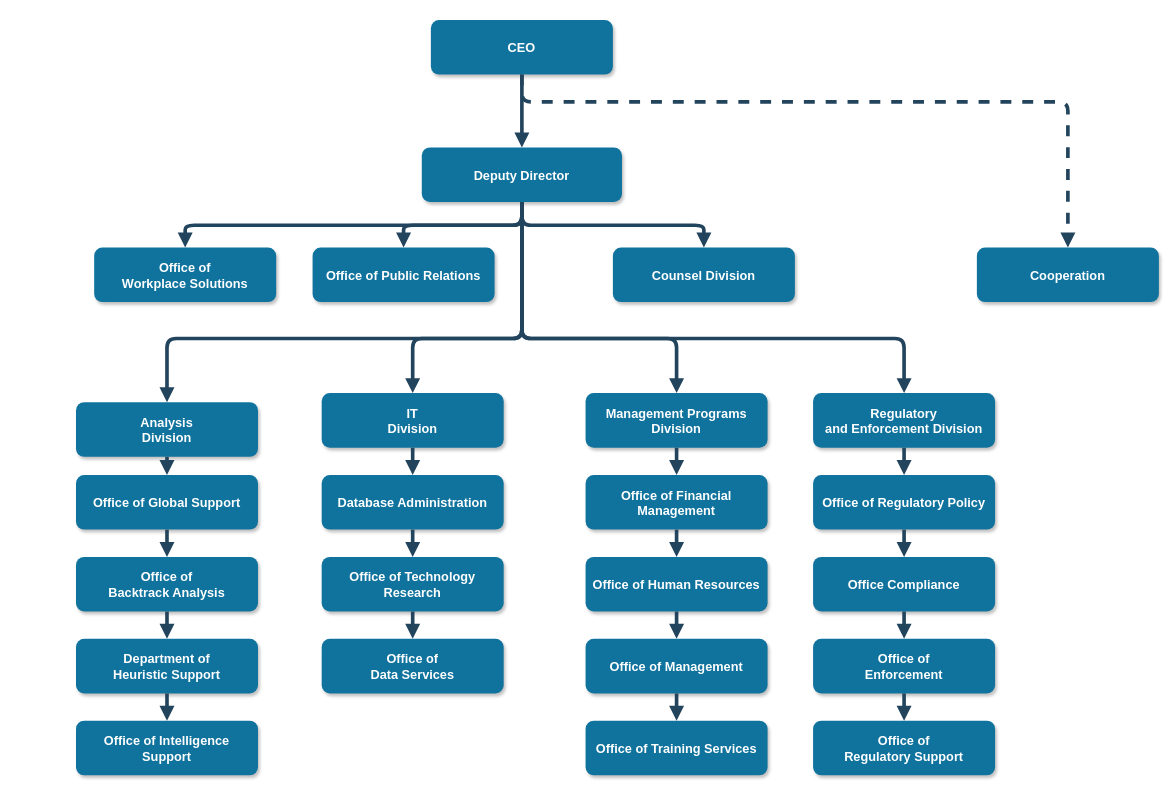
The draw.io diagram Untitled Diagram.drawio in Ezkaitor/Perception-3D-Reconstruction, before the edit. Source tidied: cells renumbered, new cells numbered last; positions are measured from the earlier drawing's top-left corner, leaving out a move shared by most shapes. Both pictures are drawn from the tidied source at 91%, with x=0, y=0 at pixel (76, 20).
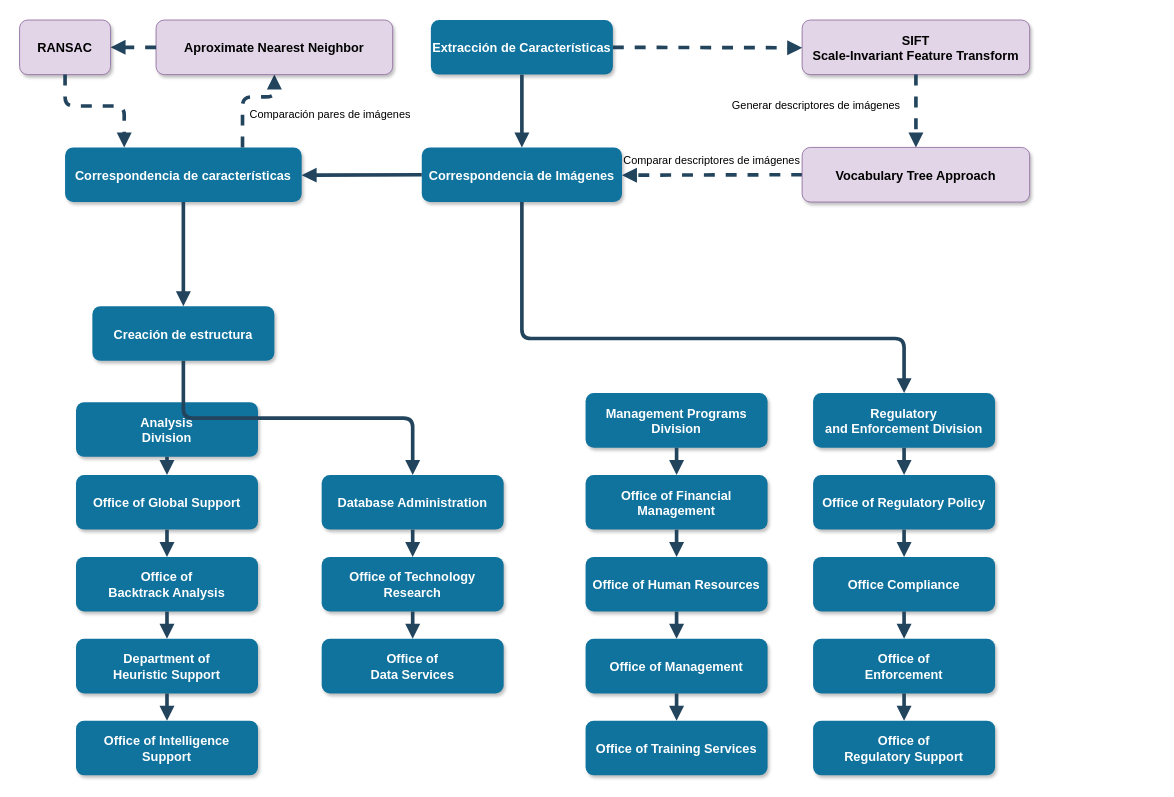
The same diagram, later.

The change refers to these unchanged cells:
```xml
<mxCell id="8" value="Analysis &#10;Division" style="rounded=1;fillColor=#10739E;strokeColor=none;shadow=1;gradientColor=none;fontStyle=1;fontColor=#FFFFFF;fontSize=14;" parent="1" vertex="1">
  <mxGeometry y="419.5" width="200" height="60" as="geometry" />
</mxCell>
<mxCell id="17" value="Management Programs &#10;Division" style="rounded=1;fillColor=#10739E;strokeColor=none;shadow=1;gradientColor=none;fontStyle=1;fontColor=#FFFFFF;fontSize=14;" parent="1" vertex="1">
  <mxGeometry x="560" y="409.5" width="200" height="60" as="geometry" />
</mxCell>
```

Diff of the diagram source:
```diff
@@
-    <mxCell id="2" value="CEO" style="rounded=1;fillColor=#10739E;strokeColor=none;shadow=1;gradientColor=none;fontStyle=1;fontColor=#FFFFFF;fontSize=14;" parent="1" vertex="1">
+    <mxCell id="2" value="Extracción de Características" style="rounded=1;fillColor=#10739E;strokeColor=none;shadow=1;gradientColor=none;fontStyle=1;fontColor=#FFFFFF;fontSize=14;" parent="1" vertex="1">
       <mxGeometry x="390" y="-0.5" width="200" height="60" as="geometry" />
     </mxCell>
-    <mxCell id="3" value="Deputy Director" style="rounded=1;fillColor=#10739E;strokeColor=none;shadow=1;gradientColor=none;fontStyle=1;fontColor=#FFFFFF;fontSize=14;" parent="1" vertex="1">
+    <mxCell id="3" value="Correspondencia de Imágenes" style="rounded=1;fillColor=#10739E;strokeColor=none;shadow=1;gradientColor=none;fontStyle=1;fontColor=#FFFFFF;fontSize=14;" parent="1" vertex="1">
       <mxGeometry x="380" y="139.5" width="220" height="60" as="geometry" />
     </mxCell>
-    <mxCell id="4" value="Office of &#10;Workplace Solutions" style="rounded=1;fillColor=#10739E;strokeColor=none;shadow=1;gradientColor=none;fontStyle=1;fontColor=#FFFFFF;fontSize=14;" parent="1" vertex="1">
-      <mxGeometry x="20" y="249.5" width="200" height="60" as="geometry" />
-    </mxCell>
-    <mxCell id="5" value="Office of Public Relations" style="rounded=1;fillColor=#10739E;strokeColor=none;shadow=1;gradientColor=none;fontStyle=1;fontColor=#FFFFFF;fontSize=14;" parent="1" vertex="1">
-      <mxGeometry x="260" y="249.5" width="200" height="60" as="geometry" />
-    </mxCell>
-    <mxCell id="6" value="Counsel Division" style="rounded=1;fillColor=#10739E;strokeColor=none;shadow=1;gradientColor=none;fontStyle=1;fontColor=#FFFFFF;fontSize=14;" parent="1" vertex="1">
-      <mxGeometry x="590" y="249.5" width="200" height="60" as="geometry" />
+    <mxCell id="6" value="Correspondencia de características" style="rounded=1;fillColor=#10739E;strokeColor=none;shadow=1;gradientColor=none;fontStyle=1;fontColor=#FFFFFF;fontSize=14;" parent="1" vertex="1">
+      <mxGeometry x="-12" y="139.5" width="260" height="60" as="geometry" />
     </mxCell>
-    <mxCell id="7" value="Cooperation" style="rounded=1;fillColor=#10739E;strokeColor=none;shadow=1;gradientColor=none;fontStyle=1;fontColor=#FFFFFF;fontSize=14;" parent="1" vertex="1">
-      <mxGeometry x="990" y="249.5" width="200" height="60" as="geometry" />
+    <mxCell id="7" value="SIFT&#10;Scale-Invariant Feature Transform" style="rounded=1;fillColor=#e1d5e7;strokeColor=#9673a6;shadow=1;fontStyle=1;fontSize=14;" parent="1" vertex="1">
+      <mxGeometry x="798" y="-0.5" width="250" height="60" as="geometry" />
     </mxCell>
@@
-    <mxCell id="13" value="IT&#10;Division" style="rounded=1;fillColor=#10739E;strokeColor=none;shadow=1;gradientColor=none;fontStyle=1;fontColor=#FFFFFF;fontSize=14;" parent="1" vertex="1">
-      <mxGeometry x="270" y="409.5" width="200" height="60" as="geometry" />
+    <mxCell id="13" value="Creación de estructura" style="rounded=1;fillColor=#10739E;strokeColor=none;shadow=1;gradientColor=none;fontStyle=1;fontColor=#FFFFFF;fontSize=14;" parent="1" vertex="1">
+      <mxGeometry x="18" y="314" width="200" height="60" as="geometry" />
     </mxCell>
@@
-    <mxCell id="28" style="edgeStyle=elbowEdgeStyle;elbow=vertical;strokeWidth=4;endArrow=block;endFill=1;fontStyle=1;strokeColor=#23445D;" parent="1" edge="1" source="3" target="5">
-      <mxGeometry x="22" y="165.5" as="geometry" />
-    </mxCell>
-    <mxCell id="29" style="edgeStyle=elbowEdgeStyle;elbow=vertical;strokeWidth=4;endArrow=block;endFill=1;fontStyle=1;strokeColor=#23445D;" parent="1" edge="1" source="3" target="4">
-      <mxGeometry x="22" y="165.5" as="geometry" />
-    </mxCell>
-    <mxCell id="30" style="edgeStyle=elbowEdgeStyle;elbow=vertical;strokeWidth=4;endArrow=block;endFill=1;fontStyle=1;strokeColor=#23445D;" parent="1" edge="1" source="3" target="6">
+    <mxCell id="30" style="edgeStyle=elbowEdgeStyle;elbow=vertical;strokeWidth=4;endArrow=block;endFill=1;fontStyle=1;strokeColor=#23445D;exitX=0;exitY=0.5;exitDx=0;exitDy=0;" parent="1" edge="1" source="3" target="6">
       <mxGeometry x="22" y="165.5" as="geometry" />
     </mxCell>
-    <mxCell id="31" style="edgeStyle=elbowEdgeStyle;elbow=vertical;strokeWidth=4;endArrow=block;endFill=1;fontStyle=1;dashed=1;strokeColor=#23445D;" parent="1" edge="1" source="2" target="7">
+    <mxCell id="31" style="edgeStyle=elbowEdgeStyle;elbow=vertical;strokeWidth=4;endArrow=block;endFill=1;fontStyle=1;dashed=1;strokeColor=#23445D;exitX=1;exitY=0.5;exitDx=0;exitDy=0;entryX=0;entryY=0.5;entryDx=0;entryDy=0;" parent="1" edge="1" source="2" target="7">
       <mxGeometry x="22" y="165.5" as="geometry">
         <Array as="points">
-          <mxPoint x="780" y="89.5" />
+          <mxPoint x="688" y="30" />
         </Array>
       </mxGeometry>
     </mxCell>
-    <mxCell id="32" style="edgeStyle=elbowEdgeStyle;elbow=vertical;strokeWidth=4;endArrow=block;endFill=1;fontStyle=1;strokeColor=#23445D;" parent="1" edge="1" source="3" target="8">
-      <mxGeometry x="22" y="165.5" as="geometry">
-        <Array as="points">
-          <mxPoint x="270" y="349.5" />
-        </Array>
-      </mxGeometry>
-    </mxCell>
@@
-    <mxCell id="49" style="edgeStyle=elbowEdgeStyle;elbow=vertical;strokeWidth=4;endArrow=block;endFill=1;fontStyle=1;strokeColor=#23445D;" parent="1" edge="1" source="3" target="13">
+    <mxCell id="49" style="edgeStyle=elbowEdgeStyle;elbow=vertical;strokeWidth=4;endArrow=block;endFill=1;fontStyle=1;strokeColor=#23445D;exitX=0.5;exitY=1;exitDx=0;exitDy=0;entryX=0.5;entryY=0;entryDx=0;entryDy=0;" parent="1" edge="1" source="6" target="13">
       <mxGeometry x="22" y="165.5" as="geometry">
         <Array as="points">
+          <mxPoint x="100" y="274" />
           <mxPoint x="370" y="349.5" />
         </Array>
       </mxGeometry>
     </mxCell>
-    <mxCell id="50" style="edgeStyle=elbowEdgeStyle;elbow=vertical;strokeWidth=4;endArrow=block;endFill=1;fontStyle=1;strokeColor=#23445D;" parent="1" edge="1" source="3" target="17">
-      <mxGeometry x="22" y="165.5" as="geometry">
-        <Array as="points">
-          <mxPoint x="660" y="349.5" />
-        </Array>
-      </mxGeometry>
-    </mxCell>
+    <mxCell id="51" style="edgeStyle=elbowEdgeStyle;elbow=vertical;strokeWidth=4;endArrow=block;endFill=1;fontStyle=1;dashed=1;strokeColor=#23445D;exitX=0.5;exitY=1;exitDx=0;exitDy=0;entryX=0.5;entryY=0;entryDx=0;entryDy=0;" parent="1" edge="1" source="7" target="53">
+      <mxGeometry x="32" y="175.5" as="geometry" />
+    </mxCell>
+    <mxCell id="52" style="edgeStyle=elbowEdgeStyle;elbow=vertical;strokeWidth=4;endArrow=block;endFill=1;fontStyle=0;dashed=1;strokeColor=#23445D;exitX=0;exitY=0.5;exitDx=0;exitDy=0;entryX=1;entryY=0.5;entryDx=0;entryDy=0;" parent="1" edge="1" source="53" target="3">
+      <mxGeometry x="52" y="195.5" as="geometry" />
+    </mxCell>
+    <mxCell id="53" value="Vocabulary Tree Approach" style="rounded=1;fillColor=#e1d5e7;strokeColor=#9673a6;shadow=1;fontStyle=1;fontSize=14;" parent="1" vertex="1">
+      <mxGeometry x="798" y="139.5" width="250" height="60" as="geometry" />
+    </mxCell>
+    <mxCell id="54" value="Generar descriptores de imágenes" style="text;html=1;strokeColor=none;fillColor=none;align=right;verticalAlign=middle;whiteSpace=wrap;rounded=0;" parent="1" vertex="1">
+      <mxGeometry x="718" y="84" width="190" height="20" as="geometry" />
+    </mxCell>
+    <mxCell id="55" value="Comparar descriptores de imágenes" style="text;html=1;strokeColor=none;fillColor=none;align=right;verticalAlign=middle;whiteSpace=wrap;rounded=0;" parent="1" vertex="1">
+      <mxGeometry x="598" y="144" width="200" height="20" as="geometry" />
+    </mxCell>
+    <mxCell id="56" style="edgeStyle=elbowEdgeStyle;elbow=vertical;strokeWidth=4;endArrow=block;endFill=1;fontStyle=0;dashed=1;strokeColor=#23445D;exitX=0.75;exitY=0;exitDx=0;exitDy=0;entryX=0.5;entryY=1;entryDx=0;entryDy=0;" parent="1" edge="1" source="6" target="58">
+      <mxGeometry x="-620" y="110" as="geometry">
+        <Array as="points">
+          <mxPoint x="198" y="84" />
+        </Array>
+      </mxGeometry>
+    </mxCell>
+    <mxCell id="57" value="Comparación pares de imágenes" style="text;html=1;strokeColor=none;fillColor=none;align=right;verticalAlign=middle;whiteSpace=wrap;rounded=0;" parent="1" vertex="1">
+      <mxGeometry x="188" y="94" width="182" height="20" as="geometry" />
+    </mxCell>
+    <mxCell id="58" value="Aproximate Nearest Neighbor" style="rounded=1;fillColor=#e1d5e7;strokeColor=#9673a6;shadow=1;fontStyle=1;fontSize=14;" parent="1" vertex="1">
+      <mxGeometry x="88" y="-0.5" width="260" height="60" as="geometry" />
+    </mxCell>
+    <mxCell id="59" style="elbow=vertical;strokeWidth=4;endArrow=block;endFill=1;fontStyle=0;dashed=1;strokeColor=#23445D;exitX=0;exitY=0.5;exitDx=0;exitDy=0;entryX=1;entryY=0.5;entryDx=0;entryDy=0;" parent="1" edge="1" source="58" target="60">
+      <mxGeometry x="-610" y="120" as="geometry" />
+    </mxCell>
+    <mxCell id="60" value="RANSAC" style="rounded=1;fillColor=#e1d5e7;strokeColor=#9673a6;shadow=1;fontStyle=1;fontSize=14;" parent="1" vertex="1">
+      <mxGeometry x="-62" y="-0.5" width="100" height="60" as="geometry" />
+    </mxCell>
+    <mxCell id="61" style="edgeStyle=elbowEdgeStyle;elbow=vertical;strokeWidth=4;endArrow=block;endFill=1;fontStyle=0;dashed=1;strokeColor=#23445D;exitX=0.5;exitY=1;exitDx=0;exitDy=0;entryX=0.25;entryY=0;entryDx=0;entryDy=0;" parent="1" edge="1" source="60" target="6">
+      <mxGeometry x="-610" y="120" as="geometry">
+        <Array as="points">
+          <mxPoint x="208" y="94" />
+        </Array>
+      </mxGeometry>
+    </mxCell>
```
